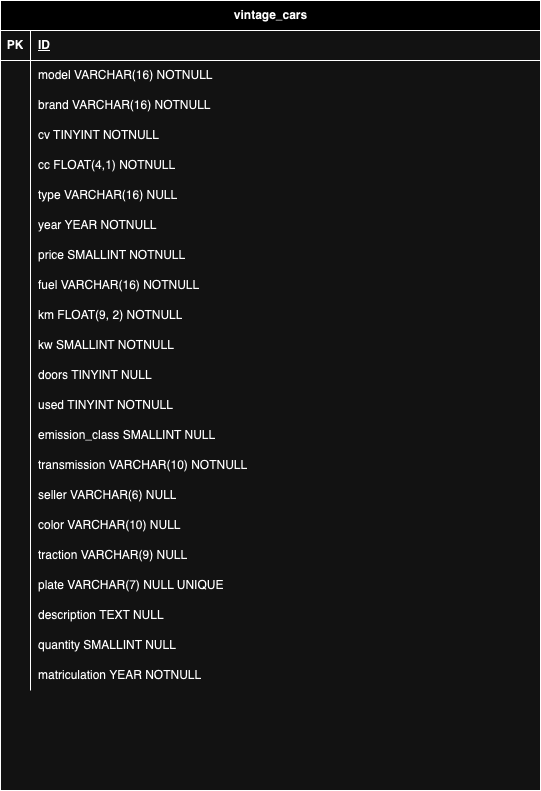
This is vintage_cars.drawio.png from nicolaceccagnoli/db-first, a draw.io export, as it was before one commit. Source tidied: cells renumbered, new cells last; positions are measured from the earlier drawing's top-left corner, leaving out a move shared by most shapes.
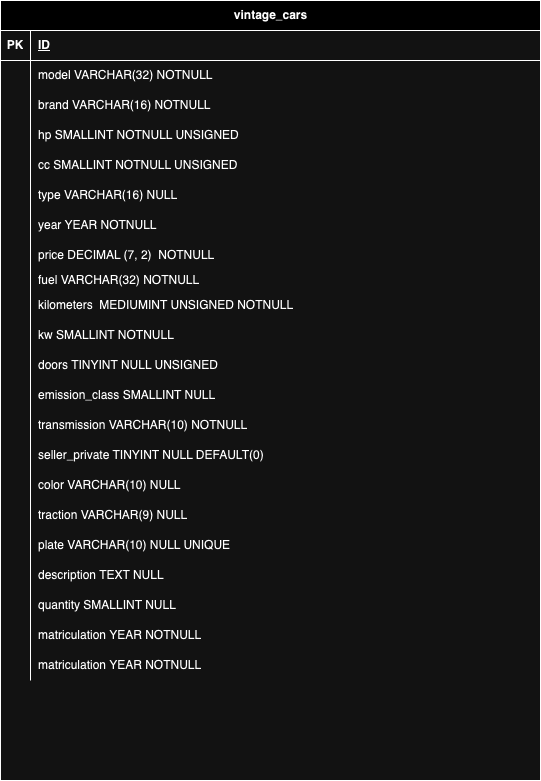
The same diagram one commit later.

The edit, as a diff of the source:
```diff
@@ -3,7 +3,7 @@
     <mxCell id="0" />
     <mxCell id="1" parent="0" />
     <mxCell id="2" value="vintage_cars" style="shape=table;startSize=30;rowLines=0;fontStyle=1;align=center;html=1;" parent="1" vertex="1">
-      <mxGeometry width="540" height="790" as="geometry" />
+      <mxGeometry width="540" height="780" as="geometry" />
     </mxCell>
     <mxCell id="3" style="shape=tableRow;horizontal=0;startSize=0;swimlaneHead=0;swimlaneBody=0;fillColor=none;top=0;left=0;right=0;bottom=1;" parent="2" vertex="1">
       <mxGeometry y="30" width="540" height="30" as="geometry" />
@@ -20,7 +20,7 @@
     <mxCell id="7" style="shape=partialRectangle;fillColor=none;top=0;left=0;bottom=0;right=0;overflow=hidden;whiteSpace=wrap;html=1;" parent="6" vertex="1">
       <mxGeometry width="30" height="30" as="geometry" />
     </mxCell>
-    <mxCell id="8" value="model VARCHAR(16) NOTNULL" style="shape=partialRectangle;fillColor=none;top=0;left=0;bottom=0;right=0;align=left;spacingLeft=6;overflow=hidden;whiteSpace=wrap;html=1;" parent="6" vertex="1">
+    <mxCell id="8" value="model VARCHAR(32) NOTNULL" style="shape=partialRectangle;fillColor=none;top=0;left=0;bottom=0;right=0;align=left;spacingLeft=6;overflow=hidden;whiteSpace=wrap;html=1;" parent="6" vertex="1">
       <mxGeometry x="30" width="510" height="30" as="geometry" />
     </mxCell>
     <mxCell id="9" style="shape=tableRow;horizontal=0;startSize=0;swimlaneHead=0;swimlaneBody=0;fillColor=none;top=0;left=0;right=0;bottom=0;" parent="2" vertex="1">
@@ -38,7 +38,7 @@
     <mxCell id="13" style="shape=partialRectangle;fillColor=none;top=0;left=0;bottom=0;right=0;overflow=hidden;whiteSpace=wrap;html=1;" parent="12" vertex="1">
       <mxGeometry width="30" height="30" as="geometry" />
     </mxCell>
-    <mxCell id="14" value="cv TINYINT NOTNULL&amp;nbsp;" style="shape=partialRectangle;fillColor=none;top=0;left=0;bottom=0;right=0;align=left;spacingLeft=6;overflow=hidden;whiteSpace=wrap;html=1;" parent="12" vertex="1">
+    <mxCell id="14" value="hp SMALLINT NOTNULL UNSIGNED" style="shape=partialRectangle;fillColor=none;top=0;left=0;bottom=0;right=0;align=left;spacingLeft=6;overflow=hidden;whiteSpace=wrap;html=1;" parent="12" vertex="1">
       <mxGeometry x="30" width="510" height="30" as="geometry" />
     </mxCell>
     <mxCell id="15" style="shape=tableRow;horizontal=0;startSize=0;swimlaneHead=0;swimlaneBody=0;fillColor=none;top=0;left=0;right=0;bottom=0;" parent="2" vertex="1">
@@ -47,7 +47,7 @@
     <mxCell id="16" style="shape=partialRectangle;fillColor=none;top=0;left=0;bottom=0;right=0;overflow=hidden;whiteSpace=wrap;html=1;" parent="15" vertex="1">
       <mxGeometry width="30" height="30" as="geometry" />
     </mxCell>
-    <mxCell id="17" value="cc FLOAT(4,1) NOTNULL" style="shape=partialRectangle;fillColor=none;top=0;left=0;bottom=0;right=0;align=left;spacingLeft=6;overflow=hidden;whiteSpace=wrap;html=1;" parent="15" vertex="1">
+    <mxCell id="17" value="cc SMALLINT NOTNULL UNSIGNED" style="shape=partialRectangle;fillColor=none;top=0;left=0;bottom=0;right=0;align=left;spacingLeft=6;overflow=hidden;whiteSpace=wrap;html=1;" parent="15" vertex="1">
       <mxGeometry x="30" width="510" height="30" as="geometry" />
     </mxCell>
     <mxCell id="18" style="shape=tableRow;horizontal=0;startSize=0;swimlaneHead=0;swimlaneBody=0;fillColor=none;top=0;left=0;right=0;bottom=0;" parent="2" vertex="1">
@@ -74,29 +74,29 @@
     <mxCell id="25" style="shape=partialRectangle;fillColor=none;top=0;left=0;bottom=0;right=0;overflow=hidden;whiteSpace=wrap;html=1;" parent="24" vertex="1">
       <mxGeometry width="30" height="30" as="geometry" />
     </mxCell>
-    <mxCell id="26" value="price SMALLINT NOTNULL" style="shape=partialRectangle;fillColor=none;top=0;left=0;bottom=0;right=0;align=left;spacingLeft=6;overflow=hidden;whiteSpace=wrap;html=1;" parent="24" vertex="1">
+    <mxCell id="26" value="price DECIMAL (7, 2)&amp;nbsp; NOTNULL" style="shape=partialRectangle;fillColor=none;top=0;left=0;bottom=0;right=0;align=left;spacingLeft=6;overflow=hidden;whiteSpace=wrap;html=1;" parent="24" vertex="1">
       <mxGeometry x="30" width="510" height="30" as="geometry" />
     </mxCell>
     <mxCell id="27" style="shape=tableRow;horizontal=0;startSize=0;swimlaneHead=0;swimlaneBody=0;fillColor=none;top=0;left=0;right=0;bottom=0;" parent="2" vertex="1">
-      <mxGeometry y="270" width="540" height="30" as="geometry" />
+      <mxGeometry y="270" width="540" height="20" as="geometry" />
     </mxCell>
     <mxCell id="28" style="shape=partialRectangle;fillColor=none;top=0;left=0;bottom=0;right=0;overflow=hidden;whiteSpace=wrap;html=1;" parent="27" vertex="1">
-      <mxGeometry width="30" height="30" as="geometry" />
+      <mxGeometry width="30" height="20" as="geometry" />
     </mxCell>
-    <mxCell id="29" value="fuel VARCHAR(16) NOTNULL&amp;nbsp;&amp;nbsp;" style="shape=partialRectangle;fillColor=none;top=0;left=0;bottom=0;right=0;align=left;spacingLeft=6;overflow=hidden;whiteSpace=wrap;html=1;" parent="27" vertex="1">
-      <mxGeometry x="30" width="510" height="30" as="geometry" />
+    <mxCell id="29" value="fuel VARCHAR(32) NOTNULL&amp;nbsp;&amp;nbsp;" style="shape=partialRectangle;fillColor=none;top=0;left=0;bottom=0;right=0;align=left;spacingLeft=6;overflow=hidden;whiteSpace=wrap;html=1;" parent="27" vertex="1">
+      <mxGeometry x="30" width="510" height="20" as="geometry" />
     </mxCell>
     <mxCell id="30" style="shape=tableRow;horizontal=0;startSize=0;swimlaneHead=0;swimlaneBody=0;fillColor=none;top=0;left=0;right=0;bottom=0;" parent="2" vertex="1">
-      <mxGeometry y="300" width="540" height="30" as="geometry" />
+      <mxGeometry y="290" width="540" height="30" as="geometry" />
     </mxCell>
     <mxCell id="31" style="shape=partialRectangle;fillColor=none;top=0;left=0;bottom=0;right=0;overflow=hidden;whiteSpace=wrap;html=1;" parent="30" vertex="1">
       <mxGeometry width="30" height="30" as="geometry" />
     </mxCell>
-    <mxCell id="32" value="km FLOAT(9, 2) NOTNULL" style="shape=partialRectangle;fillColor=none;top=0;left=0;bottom=0;right=0;align=left;spacingLeft=6;overflow=hidden;whiteSpace=wrap;html=1;" parent="30" vertex="1">
+    <mxCell id="32" value="kilometers&amp;nbsp; MEDIUMINT UNSIGNED NOTNULL" style="shape=partialRectangle;fillColor=none;top=0;left=0;bottom=0;right=0;align=left;spacingLeft=6;overflow=hidden;whiteSpace=wrap;html=1;" parent="30" vertex="1">
       <mxGeometry x="30" width="510" height="30" as="geometry" />
     </mxCell>
     <mxCell id="33" style="shape=tableRow;horizontal=0;startSize=0;swimlaneHead=0;swimlaneBody=0;fillColor=none;top=0;left=0;right=0;bottom=0;" parent="2" vertex="1">
-      <mxGeometry y="330" width="540" height="30" as="geometry" />
+      <mxGeometry y="320" width="540" height="30" as="geometry" />
     </mxCell>
     <mxCell id="34" style="shape=partialRectangle;fillColor=none;top=0;left=0;bottom=0;right=0;overflow=hidden;whiteSpace=wrap;html=1;" parent="33" vertex="1">
       <mxGeometry width="30" height="30" as="geometry" />
@@ -105,25 +105,16 @@
       <mxGeometry x="30" width="510" height="30" as="geometry" />
     </mxCell>
     <mxCell id="36" style="shape=tableRow;horizontal=0;startSize=0;swimlaneHead=0;swimlaneBody=0;fillColor=none;top=0;left=0;right=0;bottom=0;" parent="2" vertex="1">
-      <mxGeometry y="360" width="540" height="30" as="geometry" />
+      <mxGeometry y="350" width="540" height="30" as="geometry" />
     </mxCell>
     <mxCell id="37" style="shape=partialRectangle;fillColor=none;top=0;left=0;bottom=0;right=0;overflow=hidden;whiteSpace=wrap;html=1;" parent="36" vertex="1">
       <mxGeometry width="30" height="30" as="geometry" />
     </mxCell>
-    <mxCell id="38" value="doors TINYINT NULL" style="shape=partialRectangle;fillColor=none;top=0;left=0;bottom=0;right=0;align=left;spacingLeft=6;overflow=hidden;whiteSpace=wrap;html=1;" parent="36" vertex="1">
+    <mxCell id="38" value="doors TINYINT NULL UNSIGNED" style="shape=partialRectangle;fillColor=none;top=0;left=0;bottom=0;right=0;align=left;spacingLeft=6;overflow=hidden;whiteSpace=wrap;html=1;" parent="36" vertex="1">
       <mxGeometry x="30" width="510" height="30" as="geometry" />
     </mxCell>
-    <mxCell id="39" style="shape=tableRow;horizontal=0;startSize=0;swimlaneHead=0;swimlaneBody=0;fillColor=none;top=0;left=0;right=0;bottom=0;" parent="2" vertex="1">
-      <mxGeometry y="390" width="540" height="30" as="geometry" />
-    </mxCell>
-    <mxCell id="40" style="shape=partialRectangle;fillColor=none;top=0;left=0;bottom=0;right=0;overflow=hidden;whiteSpace=wrap;html=1;" parent="39" vertex="1">
-      <mxGeometry width="30" height="30" as="geometry" />
-    </mxCell>
-    <mxCell id="41" value="used TINYINT NOTNULL" style="shape=partialRectangle;fillColor=none;top=0;left=0;bottom=0;right=0;align=left;spacingLeft=6;overflow=hidden;whiteSpace=wrap;html=1;" parent="39" vertex="1">
-      <mxGeometry x="30" width="510" height="30" as="geometry" />
-    </mxCell>
     <mxCell id="42" style="shape=tableRow;horizontal=0;startSize=0;swimlaneHead=0;swimlaneBody=0;fillColor=none;top=0;left=0;right=0;bottom=0;" parent="2" vertex="1">
-      <mxGeometry y="420" width="540" height="30" as="geometry" />
+      <mxGeometry y="380" width="540" height="30" as="geometry" />
     </mxCell>
     <mxCell id="43" style="shape=partialRectangle;fillColor=none;top=0;left=0;bottom=0;right=0;overflow=hidden;whiteSpace=wrap;html=1;" parent="42" vertex="1">
       <mxGeometry width="30" height="30" as="geometry" />
@@ -132,7 +123,7 @@
       <mxGeometry x="30" width="510" height="30" as="geometry" />
     </mxCell>
     <mxCell id="45" style="shape=tableRow;horizontal=0;startSize=0;swimlaneHead=0;swimlaneBody=0;fillColor=none;top=0;left=0;right=0;bottom=0;" parent="2" vertex="1">
-      <mxGeometry y="450" width="540" height="30" as="geometry" />
+      <mxGeometry y="410" width="540" height="30" as="geometry" />
     </mxCell>
     <mxCell id="46" style="shape=partialRectangle;fillColor=none;top=0;left=0;bottom=0;right=0;overflow=hidden;whiteSpace=wrap;html=1;" parent="45" vertex="1">
       <mxGeometry width="30" height="30" as="geometry" />
@@ -141,16 +132,16 @@
       <mxGeometry x="30" width="510" height="30" as="geometry" />
     </mxCell>
     <mxCell id="48" style="shape=tableRow;horizontal=0;startSize=0;swimlaneHead=0;swimlaneBody=0;fillColor=none;top=0;left=0;right=0;bottom=0;" parent="2" vertex="1">
-      <mxGeometry y="480" width="540" height="30" as="geometry" />
+      <mxGeometry y="440" width="540" height="30" as="geometry" />
     </mxCell>
     <mxCell id="49" style="shape=partialRectangle;fillColor=none;top=0;left=0;bottom=0;right=0;overflow=hidden;whiteSpace=wrap;html=1;" parent="48" vertex="1">
       <mxGeometry width="30" height="30" as="geometry" />
     </mxCell>
-    <mxCell id="50" value="seller VARCHAR(6) NULL" style="shape=partialRectangle;fillColor=none;top=0;left=0;bottom=0;right=0;align=left;spacingLeft=6;overflow=hidden;whiteSpace=wrap;html=1;" parent="48" vertex="1">
+    <mxCell id="50" value="seller_private TINYINT NULL DEFAULT(0)" style="shape=partialRectangle;fillColor=none;top=0;left=0;bottom=0;right=0;align=left;spacingLeft=6;overflow=hidden;whiteSpace=wrap;html=1;" parent="48" vertex="1">
       <mxGeometry x="30" width="510" height="30" as="geometry" />
     </mxCell>
     <mxCell id="51" style="shape=tableRow;horizontal=0;startSize=0;swimlaneHead=0;swimlaneBody=0;fillColor=none;top=0;left=0;right=0;bottom=0;" parent="2" vertex="1">
-      <mxGeometry y="510" width="540" height="30" as="geometry" />
+      <mxGeometry y="470" width="540" height="30" as="geometry" />
     </mxCell>
     <mxCell id="52" style="shape=partialRectangle;fillColor=none;top=0;left=0;bottom=0;right=0;overflow=hidden;whiteSpace=wrap;html=1;" parent="51" vertex="1">
       <mxGeometry width="30" height="30" as="geometry" />
@@ -159,7 +150,7 @@
       <mxGeometry x="30" width="510" height="30" as="geometry" />
     </mxCell>
     <mxCell id="54" style="shape=tableRow;horizontal=0;startSize=0;swimlaneHead=0;swimlaneBody=0;fillColor=none;top=0;left=0;right=0;bottom=0;" parent="2" vertex="1">
-      <mxGeometry y="540" width="540" height="30" as="geometry" />
+      <mxGeometry y="500" width="540" height="30" as="geometry" />
     </mxCell>
     <mxCell id="55" style="shape=partialRectangle;fillColor=none;top=0;left=0;bottom=0;right=0;overflow=hidden;whiteSpace=wrap;html=1;" parent="54" vertex="1">
       <mxGeometry width="30" height="30" as="geometry" />
@@ -168,16 +159,16 @@
       <mxGeometry x="30" width="510" height="30" as="geometry" />
     </mxCell>
     <mxCell id="57" style="shape=tableRow;horizontal=0;startSize=0;swimlaneHead=0;swimlaneBody=0;fillColor=none;top=0;left=0;right=0;bottom=0;" parent="2" vertex="1">
-      <mxGeometry y="570" width="540" height="30" as="geometry" />
+      <mxGeometry y="530" width="540" height="30" as="geometry" />
     </mxCell>
     <mxCell id="58" style="shape=partialRectangle;fillColor=none;top=0;left=0;bottom=0;right=0;overflow=hidden;whiteSpace=wrap;html=1;" parent="57" vertex="1">
       <mxGeometry width="30" height="30" as="geometry" />
     </mxCell>
-    <mxCell id="59" value="plate VARCHAR(7) NULL UNIQUE" style="shape=partialRectangle;fillColor=none;top=0;left=0;bottom=0;right=0;align=left;spacingLeft=6;overflow=hidden;whiteSpace=wrap;html=1;" parent="57" vertex="1">
+    <mxCell id="59" value="plate VARCHAR(10) NULL UNIQUE" style="shape=partialRectangle;fillColor=none;top=0;left=0;bottom=0;right=0;align=left;spacingLeft=6;overflow=hidden;whiteSpace=wrap;html=1;" parent="57" vertex="1">
       <mxGeometry x="30" width="510" height="30" as="geometry" />
     </mxCell>
     <mxCell id="60" style="shape=tableRow;horizontal=0;startSize=0;swimlaneHead=0;swimlaneBody=0;fillColor=none;top=0;left=0;right=0;bottom=0;" parent="2" vertex="1">
-      <mxGeometry y="600" width="540" height="30" as="geometry" />
+      <mxGeometry y="560" width="540" height="30" as="geometry" />
     </mxCell>
     <mxCell id="61" style="shape=partialRectangle;fillColor=none;top=0;left=0;bottom=0;right=0;overflow=hidden;whiteSpace=wrap;html=1;" parent="60" vertex="1">
       <mxGeometry width="30" height="30" as="geometry" />
@@ -186,7 +177,7 @@
       <mxGeometry x="30" width="510" height="30" as="geometry" />
     </mxCell>
     <mxCell id="63" style="shape=tableRow;horizontal=0;startSize=0;swimlaneHead=0;swimlaneBody=0;fillColor=none;top=0;left=0;right=0;bottom=0;" parent="2" vertex="1">
-      <mxGeometry y="630" width="540" height="30" as="geometry" />
+      <mxGeometry y="590" width="540" height="30" as="geometry" />
     </mxCell>
     <mxCell id="64" style="shape=partialRectangle;fillColor=none;top=0;left=0;bottom=0;right=0;overflow=hidden;whiteSpace=wrap;html=1;" parent="63" vertex="1">
       <mxGeometry width="30" height="30" as="geometry" />
@@ -195,7 +186,7 @@
       <mxGeometry x="30" width="510" height="30" as="geometry" />
     </mxCell>
     <mxCell id="66" style="shape=tableRow;horizontal=0;startSize=0;swimlaneHead=0;swimlaneBody=0;fillColor=none;top=0;left=0;right=0;bottom=0;" parent="2" vertex="1">
-      <mxGeometry y="660" width="540" height="30" as="geometry" />
+      <mxGeometry y="620" width="540" height="30" as="geometry" />
     </mxCell>
     <mxCell id="67" style="shape=partialRectangle;fillColor=none;top=0;left=0;bottom=0;right=0;overflow=hidden;whiteSpace=wrap;html=1;" parent="66" vertex="1">
       <mxGeometry width="30" height="30" as="geometry" />
@@ -203,5 +194,14 @@
     <mxCell id="68" value="matriculation YEAR NOTNULL" style="shape=partialRectangle;fillColor=none;top=0;left=0;bottom=0;right=0;align=left;spacingLeft=6;overflow=hidden;whiteSpace=wrap;html=1;" parent="66" vertex="1">
       <mxGeometry x="30" width="510" height="30" as="geometry" />
     </mxCell>
+    <mxCell id="69" style="shape=tableRow;horizontal=0;startSize=0;swimlaneHead=0;swimlaneBody=0;fillColor=none;top=0;left=0;right=0;bottom=0;" parent="2" vertex="1">
+      <mxGeometry y="650" width="540" height="30" as="geometry" />
+    </mxCell>
+    <mxCell id="40" style="shape=partialRectangle;fillColor=none;top=0;left=0;bottom=0;right=0;overflow=hidden;whiteSpace=wrap;html=1;" parent="69" vertex="1">
+      <mxGeometry width="30" height="30" as="geometry" />
+    </mxCell>
+    <mxCell id="70" value="matriculation YEAR NOTNULL" style="shape=partialRectangle;fillColor=none;top=0;left=0;bottom=0;right=0;align=left;spacingLeft=6;overflow=hidden;whiteSpace=wrap;html=1;" parent="69" vertex="1">
+      <mxGeometry x="30" width="510" height="30" as="geometry" />
+    </mxCell>
   </root>
 </mxGraphModel>
```
